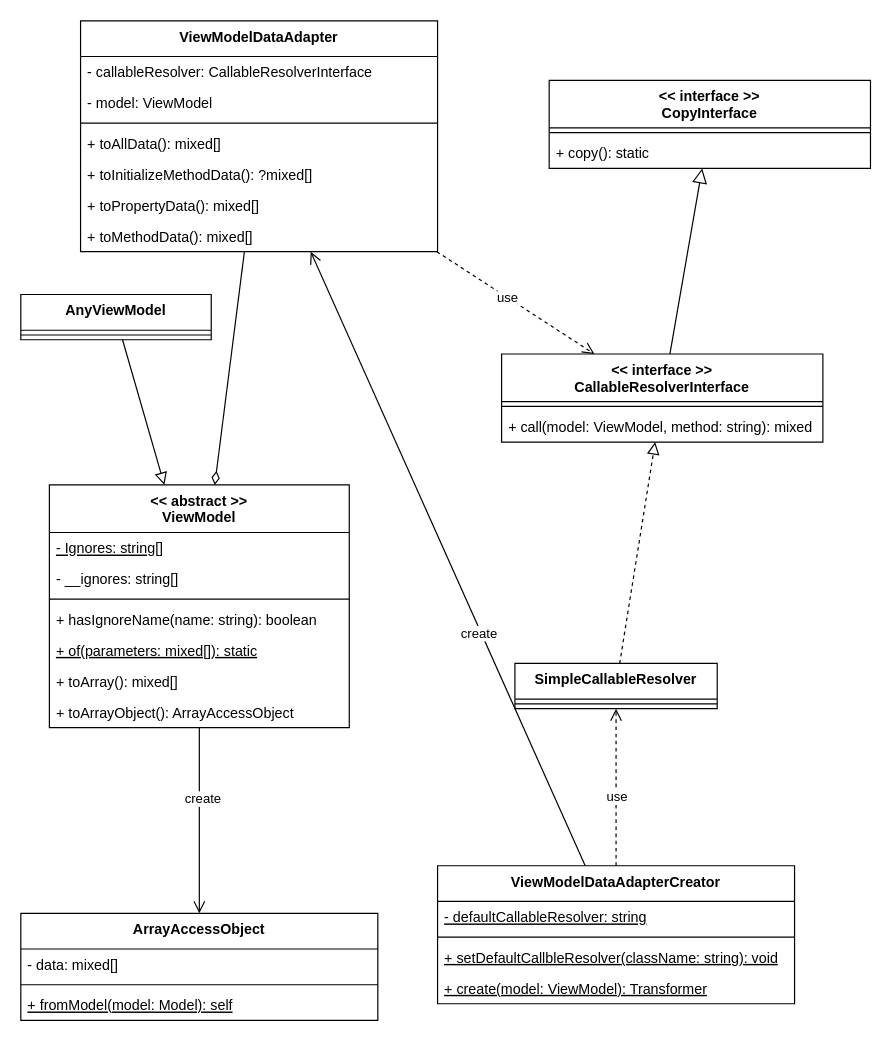
takemo101/simple-vm keeps this draw.io diagram as document/model.dio. Above is the earlier version. Source tidied: cells renumbered, new cells numbered last; positions are measured from the earlier drawing's top-left corner, leaving out a move shared by most shapes. Both pictures are drawn from the tidied source at 119%, with x=0, y=0 at pixel (20, 20).
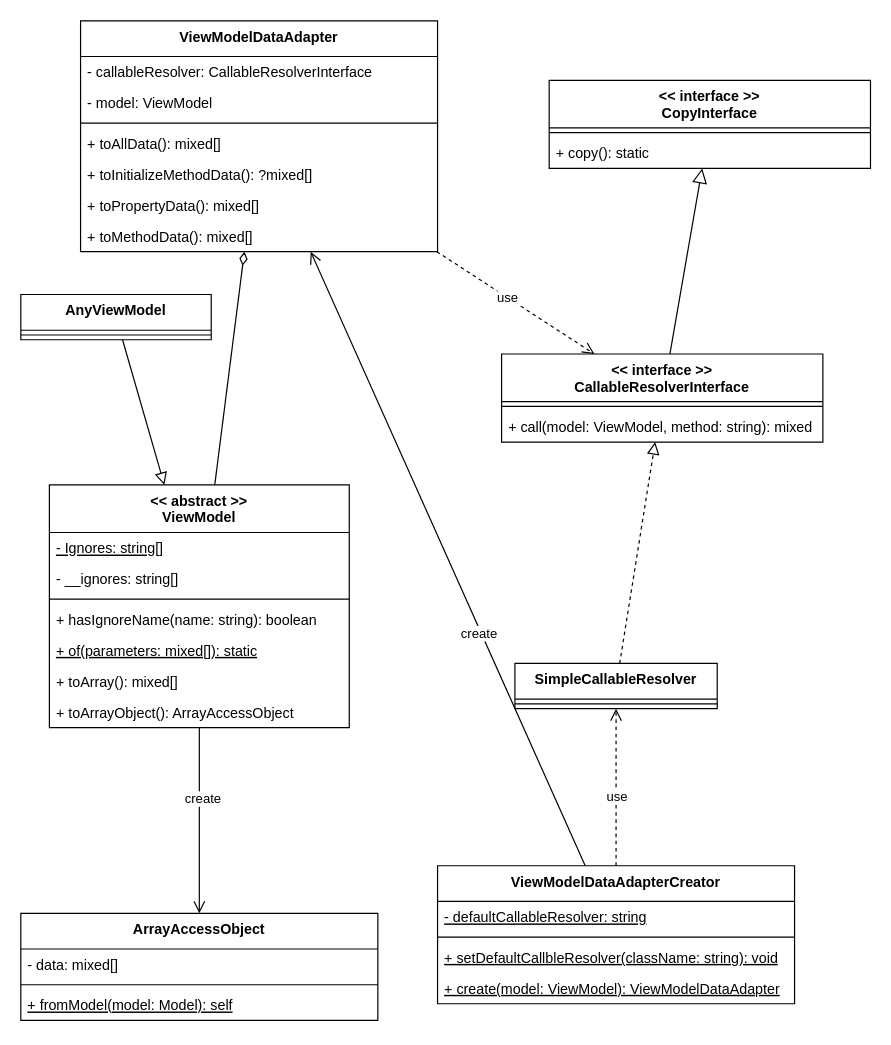
The same page after the edit.

Unchanged cells that the change refers to:
```xml
<mxCell id="2" value="&lt;&lt; abstract &gt;&gt;&#10;ViewModel" style="swimlane;fontStyle=1;align=center;verticalAlign=top;horizontal=1;startSize=40;" parent="1" vertex="1">
  <mxGeometry x="24" y="390" width="252" height="204" as="geometry" />
</mxCell>
<mxCell id="13" value="ViewModelDataAdapter" style="swimlane;fontStyle=1;align=center;verticalAlign=top;horizontal=1;startSize=30;" parent="1" vertex="1">
  <mxGeometry x="50.2" width="300" height="194" as="geometry" />
</mxCell>
<mxCell id="33" value="ViewModelDataAdapterCreator" style="swimlane;fontStyle=1;align=center;verticalAlign=top;horizontal=1;startSize=30;" parent="1" vertex="1">
  <mxGeometry x="350.2" y="710" width="300" height="116" as="geometry" />
</mxCell>
```

What changed in the source:
```diff
@@
-    <mxCell id="12" style="edgeStyle=none;html=1;endArrow=diamondThin;endFill=0;endSize=9;" parent="1" edge="1" source="13" target="2">
+    <mxCell id="12" style="edgeStyle=none;html=1;endArrow=diamondThin;endFill=0;endSize=9;" parent="1" edge="1" source="2" target="13">
       <mxGeometry relative="1" as="geometry" />
     </mxCell>
@@
-    <mxCell id="37" value="+ create(model: ViewModel): Transformer" style="text;strokeColor=none;fillColor=none;align=left;verticalAlign=top;spacingLeft=4;spacingRight=4;overflow=hidden;fontStyle=4;" parent="33" vertex="1">
+    <mxCell id="37" value="+ create(model: ViewModel): ViewModelDataAdapter" style="text;strokeColor=none;fillColor=none;align=left;verticalAlign=top;spacingLeft=4;spacingRight=4;overflow=hidden;fontStyle=4;" parent="33" vertex="1">
       <mxGeometry y="90" width="300" height="26" as="geometry" />
     </mxCell>
```
